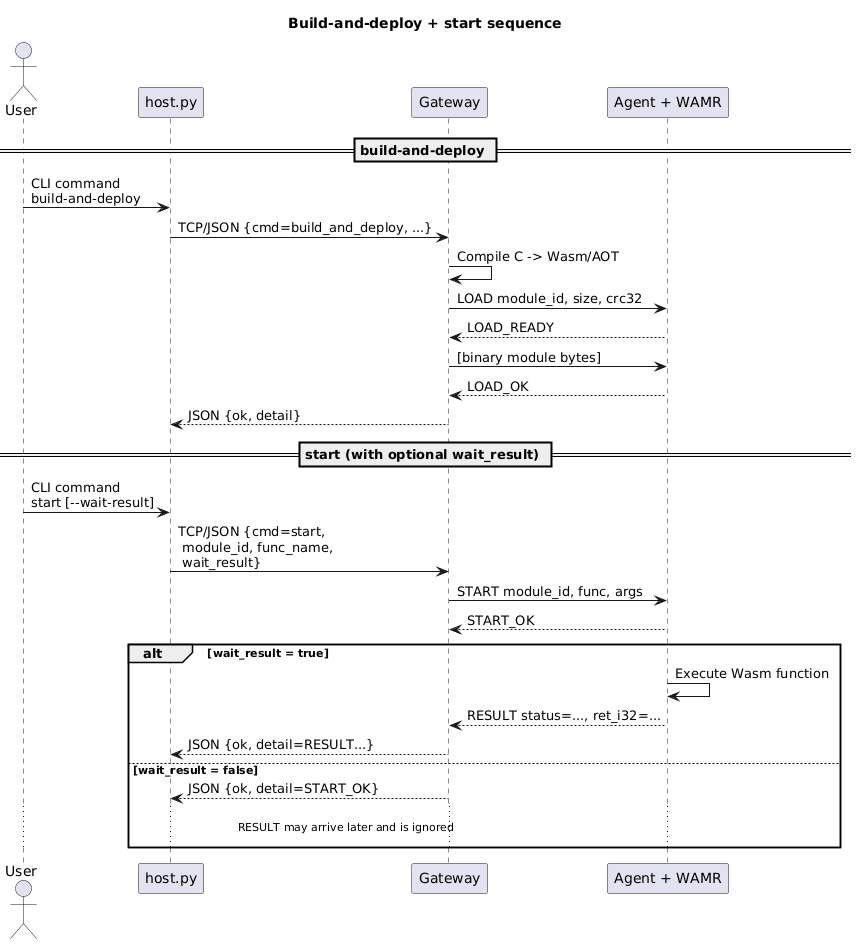
The PlantUML diagram docs/diagrams/sequence_diagram.png in Monk3y-D-Luffy/progetto-wasm-orchestration, before a commit. The source it was exported from:
```plantuml
@startuml
title Build-and-deploy + start sequence

actor User
participant Host as "host.py"
participant GW as "Gateway"
participant Dev as "Agent + WAMR"

== build-and-deploy ==

User -> Host: CLI command\nbuild-and-deploy
Host -> GW: TCP/JSON {cmd=build_and_deploy, ...}
GW -> GW: Compile C -> Wasm/AOT
GW -> Dev: LOAD module_id, size, crc32
Dev --> GW: LOAD_READY
GW -> Dev: [binary module bytes]
Dev --> GW: LOAD_OK
GW --> Host: JSON {ok, detail}

== start (with optional wait_result) ==

User -> Host: CLI command\nstart [--wait-result]
Host -> GW: TCP/JSON {cmd=start,\n module_id, func_name,\n wait_result}
GW -> Dev: START module_id, func, args
Dev --> GW: START_OK

alt wait_result = true
  Dev -> Dev: Execute Wasm function
  Dev --> GW: RESULT status=..., ret_i32=...
  GW --> Host: JSON {ok, detail=RESULT...}
else wait_result = false
  GW --> Host: JSON {ok, detail=START_OK}
  ... RESULT may arrive later and is ignored ...
end
@enduml
```
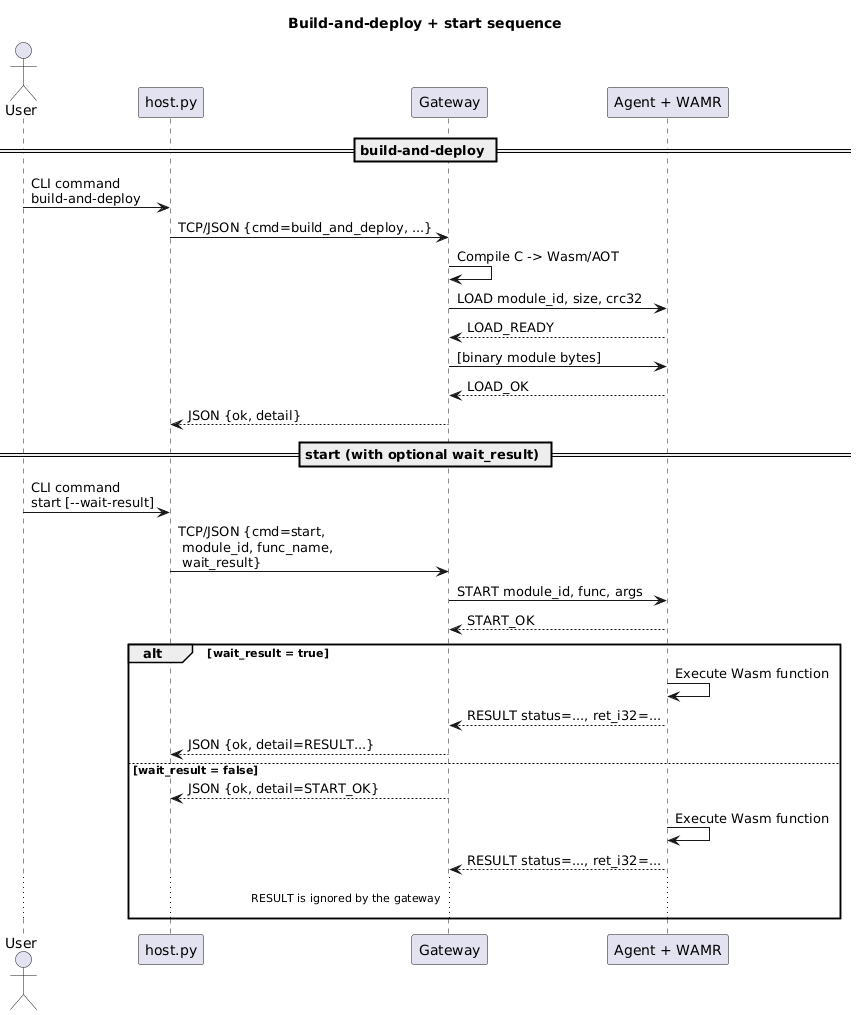
Later version of the same file.

Commit message:
Sequence diagram corretto

The edit, as a diff of the source:
```diff
@@ -30,6 +30,8 @@
   GW --> Host: JSON {ok, detail=RESULT...}
 else wait_result = false
   GW --> Host: JSON {ok, detail=START_OK}
-  ... RESULT may arrive later and is ignored ...
+  Dev -> Dev: Execute Wasm function
+  Dev --> GW: RESULT status=..., ret_i32=...
+  ... RESULT is ignored by the gateway ...
 end
 @enduml
```
